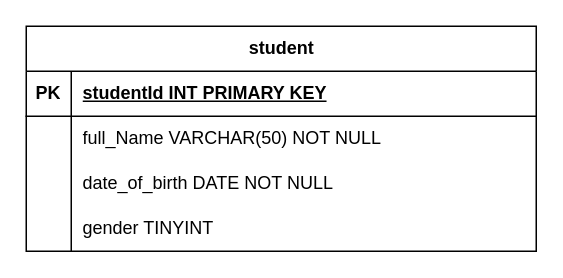
Before: Module02/Session02/student.drawio in ductuan0112/BRSE-PTON-NI260527, a draw.io diagram. Source tidied: cells renumbered, new cells numbered last; positions are measured from the earlier drawing's top-left corner, leaving out a move shared by most shapes. Both pictures are drawn from the tidied source at 150%, with x=0, y=0 at pixel (26, 26).
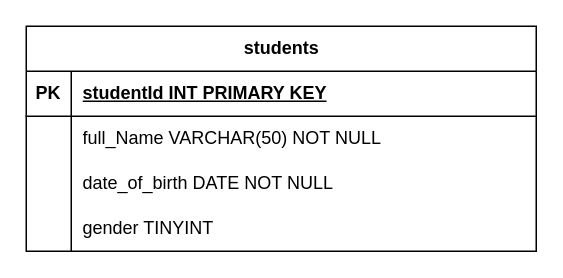
After the change.

The edit, as a diff of the source:
```diff
@@
 <mxGraphModel>
   <root>
     <mxCell id="0" />
     <mxCell id="1" parent="0" />
-    <mxCell id="2" value="student" style="shape=table;startSize=30;childLayout=tableLayout;rowLines=0;fontStyle=1;align=center;html=1;" parent="1" vertex="1">
+    <mxCell id="2" value="students" style="shape=table;startSize=30;childLayout=tableLayout;rowLines=0;fontStyle=1;align=center;html=1;" parent="1" vertex="1">
       <mxGeometry width="340" height="150" as="geometry" />
     </mxCell>
     <mxCell id="3" style="shape=tableRow;horizontal=0;startSize=0;swimlaneHead=0;swimlaneBody=0;fillColor=none;top=0;left=0;right=0;bottom=1;" parent="2" vertex="1">
       <mxGeometry y="30" width="340" height="30" as="geometry" />
     </mxCell>
     <mxCell id="4" value="PK" style="shape=partialRectangle;fillColor=none;top=0;left=0;bottom=0;right=0;fontStyle=1;overflow=hidden;whiteSpace=wrap;html=1;" parent="3" vertex="1">
       <mxGeometry width="30" height="30" as="geometry" />
     </mxCell>
     <mxCell id="5" value="studentId INT PRIMARY KEY" style="shape=partialRectangle;fillColor=none;top=0;left=0;bottom=0;right=0;align=left;spacingLeft=6;fontStyle=5;overflow=hidden;whiteSpace=wrap;html=1;" parent="3" vertex="1">
       <mxGeometry x="30" width="310" height="30" as="geometry" />
     </mxCell>
     <mxCell id="6" style="shape=tableRow;horizontal=0;startSize=0;swimlaneHead=0;swimlaneBody=0;fillColor=none;top=0;left=0;right=0;bottom=0;" parent="2" vertex="1">
       <mxGeometry y="60" width="340" height="30" as="geometry" />
     </mxCell>
     <mxCell id="7" style="shape=partialRectangle;fillColor=none;top=0;left=0;bottom=0;right=0;overflow=hidden;whiteSpace=wrap;html=1;" parent="6" vertex="1">
       <mxGeometry width="30" height="30" as="geometry" />
     </mxCell>
     <mxCell id="8" value="full_Name VARCHAR(50) NOT NULL" style="shape=partialRectangle;fillColor=none;top=0;left=0;bottom=0;right=0;align=left;spacingLeft=6;overflow=hidden;whiteSpace=wrap;html=1;" parent="6" vertex="1">
       <mxGeometry x="30" width="310" height="30" as="geometry" />
     </mxCell>
     <mxCell id="9" style="shape=tableRow;horizontal=0;startSize=0;swimlaneHead=0;swimlaneBody=0;fillColor=none;top=0;left=0;right=0;bottom=0;" parent="2" vertex="1">
       <mxGeometry y="90" width="340" height="30" as="geometry" />
     </mxCell>
     <mxCell id="10" style="shape=partialRectangle;fillColor=none;top=0;left=0;bottom=0;right=0;overflow=hidden;whiteSpace=wrap;html=1;" parent="9" vertex="1">
       <mxGeometry width="30" height="30" as="geometry" />
     </mxCell>
     <mxCell id="11" value="date_of_birth DATE NOT NULL" style="shape=partialRectangle;fillColor=none;top=0;left=0;bottom=0;right=0;align=left;spacingLeft=6;overflow=hidden;whiteSpace=wrap;html=1;" parent="9" vertex="1">
       <mxGeometry x="30" width="310" height="30" as="geometry" />
     </mxCell>
     <mxCell id="12" style="shape=tableRow;horizontal=0;startSize=0;swimlaneHead=0;swimlaneBody=0;fillColor=none;top=0;left=0;right=0;bottom=0;" parent="2" vertex="1">
       <mxGeometry y="120" width="340" height="30" as="geometry" />
     </mxCell>
     <mxCell id="13" style="shape=partialRectangle;fillColor=none;top=0;left=0;bottom=0;right=0;overflow=hidden;whiteSpace=wrap;html=1;" parent="12" vertex="1">
       <mxGeometry width="30" height="30" as="geometry" />
     </mxCell>
     <mxCell id="14" value="gender TINYINT" style="shape=partialRectangle;fillColor=none;top=0;left=0;bottom=0;right=0;align=left;spacingLeft=6;overflow=hidden;whiteSpace=wrap;html=1;" parent="12" vertex="1">
       <mxGeometry x="30" width="310" height="30" as="geometry" />
     </mxCell>
   </root>
 </mxGraphModel>
```
